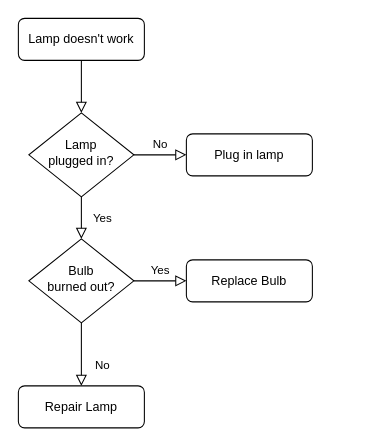
jondavid-black/diagramtest keeps this draw.io diagram as flow1.drawio. Above is the earlier version. Source tidied: cells renumbered, new cells numbered last; positions are measured from the earlier drawing's top-left corner, leaving out a move shared by most shapes. Both pictures are drawn from the tidied source at 105%, with x=0, y=0 at pixel (18, 18).
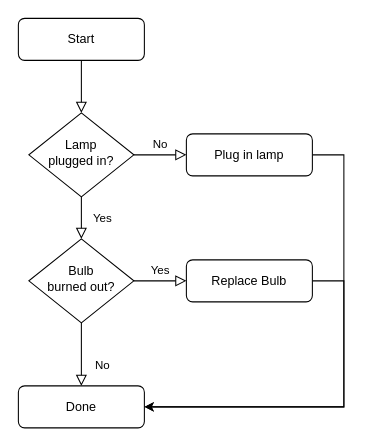
Above is the later version.

The edit, as a diff of the source:
```diff
@@
 <mxGraphModel>
   <root>
     <mxCell id="0" />
     <mxCell id="1" parent="0" />
     <mxCell id="2" style="rounded=0;html=1;jettySize=auto;fontSize=11;endArrow=block;endFill=0;endSize=8;strokeWidth=1;shadow=0;labelBackgroundColor=none;edgeStyle=orthogonalEdgeStyle;" parent="1" edge="1" source="3" target="6">
       <mxGeometry relative="1" as="geometry" />
     </mxCell>
-    <mxCell id="3" value="Lamp doesn't work" style="rounded=1;whiteSpace=wrap;html=1;fontSize=12;glass=0;strokeWidth=1;shadow=0;" parent="1" vertex="1">
+    <mxCell id="3" value="Start" style="rounded=1;whiteSpace=wrap;html=1;fontSize=12;glass=0;strokeWidth=1;shadow=0;" parent="1" vertex="1">
       <mxGeometry width="120" height="40" as="geometry" />
     </mxCell>
     <mxCell id="4" value="Yes" style="rounded=0;html=1;jettySize=auto;fontSize=11;endArrow=block;endFill=0;endSize=8;strokeWidth=1;shadow=0;labelBackgroundColor=none;edgeStyle=orthogonalEdgeStyle;" parent="1" edge="1" source="6" target="10">
       <mxGeometry y="20" relative="1" as="geometry" />
     </mxCell>
     <mxCell id="5" value="No" style="edgeStyle=orthogonalEdgeStyle;rounded=0;html=1;jettySize=auto;fontSize=11;endArrow=block;endFill=0;endSize=8;strokeWidth=1;shadow=0;labelBackgroundColor=none;" parent="1" edge="1" source="6" target="7">
       <mxGeometry y="10" relative="1" as="geometry" />
     </mxCell>
     <mxCell id="6" value="Lamp&lt;br&gt;plugged in?" style="rhombus;whiteSpace=wrap;html=1;shadow=0;fontFamily=Helvetica;fontSize=12;align=center;strokeWidth=1;spacing=6;spacingTop=-4;" parent="1" vertex="1">
       <mxGeometry x="10" y="90" width="100" height="80" as="geometry" />
     </mxCell>
+    <mxCell id="13" style="edgeStyle=orthogonalEdgeStyle;rounded=0;jettySize=auto;html=1;" parent="1" edge="1" source="7" target="11">
+      <mxGeometry relative="1" as="geometry">
+        <Array as="points">
+          <mxPoint x="310" y="130" />
+          <mxPoint x="310" y="370" />
+        </Array>
+      </mxGeometry>
+    </mxCell>
     <mxCell id="7" value="Plug in lamp" style="rounded=1;whiteSpace=wrap;html=1;fontSize=12;glass=0;strokeWidth=1;shadow=0;" parent="1" vertex="1">
       <mxGeometry x="160" y="110" width="120" height="40" as="geometry" />
     </mxCell>
     <mxCell id="8" value="No" style="rounded=0;html=1;jettySize=auto;fontSize=11;endArrow=block;endFill=0;endSize=8;strokeWidth=1;shadow=0;labelBackgroundColor=none;edgeStyle=orthogonalEdgeStyle;" parent="1" edge="1" source="10" target="11">
       <mxGeometry x="0.33" y="20" relative="1" as="geometry" />
     </mxCell>
     <mxCell id="9" value="Yes" style="edgeStyle=orthogonalEdgeStyle;rounded=0;html=1;jettySize=auto;fontSize=11;endArrow=block;endFill=0;endSize=8;strokeWidth=1;shadow=0;labelBackgroundColor=none;" parent="1" edge="1" source="10" target="12">
       <mxGeometry y="10" relative="1" as="geometry" />
     </mxCell>
     <mxCell id="10" value="Bulb&lt;br&gt;burned out?" style="rhombus;whiteSpace=wrap;html=1;shadow=0;fontFamily=Helvetica;fontSize=12;align=center;strokeWidth=1;spacing=6;spacingTop=-4;" parent="1" vertex="1">
       <mxGeometry x="10" y="210" width="100" height="80" as="geometry" />
     </mxCell>
-    <mxCell id="11" value="Repair Lamp" style="rounded=1;whiteSpace=wrap;html=1;fontSize=12;glass=0;strokeWidth=1;shadow=0;" parent="1" vertex="1">
+    <mxCell id="11" value="Done" style="rounded=1;whiteSpace=wrap;html=1;fontSize=12;glass=0;strokeWidth=1;shadow=0;" parent="1" vertex="1">
       <mxGeometry y="350" width="120" height="40" as="geometry" />
     </mxCell>
+    <mxCell id="14" style="edgeStyle=orthogonalEdgeStyle;rounded=0;jettySize=auto;html=1;" parent="1" edge="1" source="12" target="11">
+      <mxGeometry relative="1" as="geometry">
+        <Array as="points">
+          <mxPoint x="310" y="250" />
+          <mxPoint x="310" y="370" />
+        </Array>
+      </mxGeometry>
+    </mxCell>
     <mxCell id="12" value="Replace Bulb" style="rounded=1;whiteSpace=wrap;html=1;fontSize=12;glass=0;strokeWidth=1;shadow=0;" parent="1" vertex="1">
       <mxGeometry x="160" y="230" width="120" height="40" as="geometry" />
     </mxCell>
   </root>
 </mxGraphModel>
```
